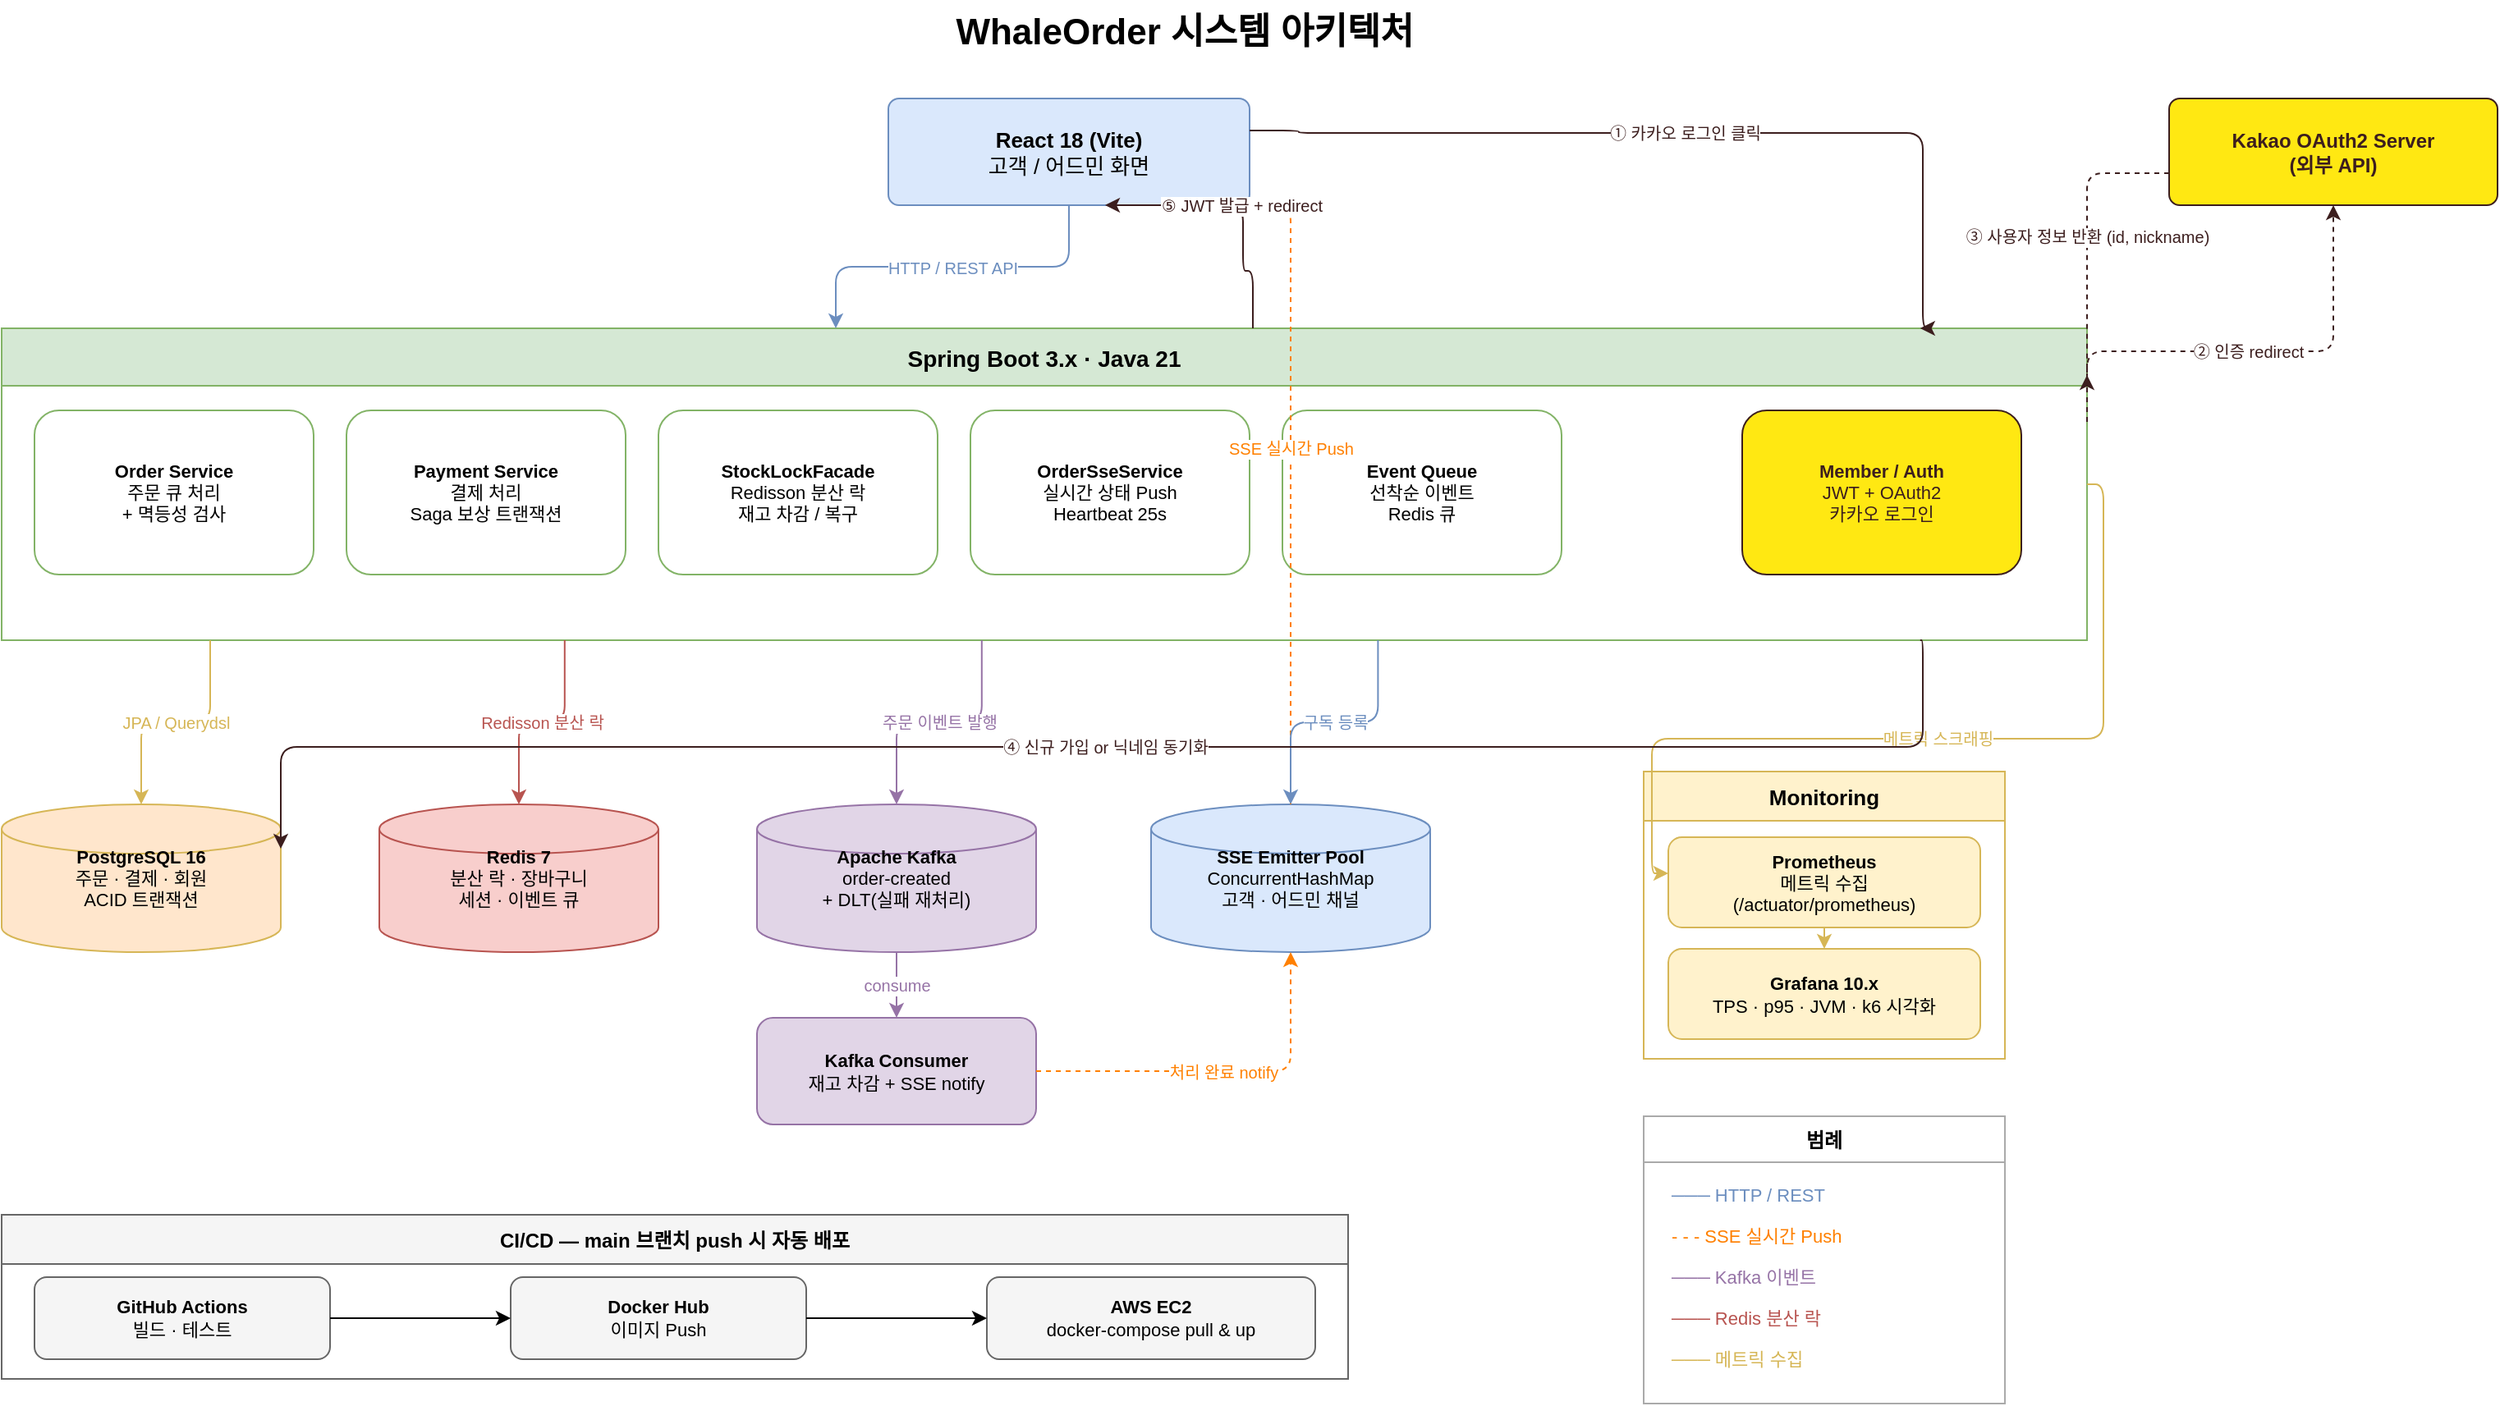
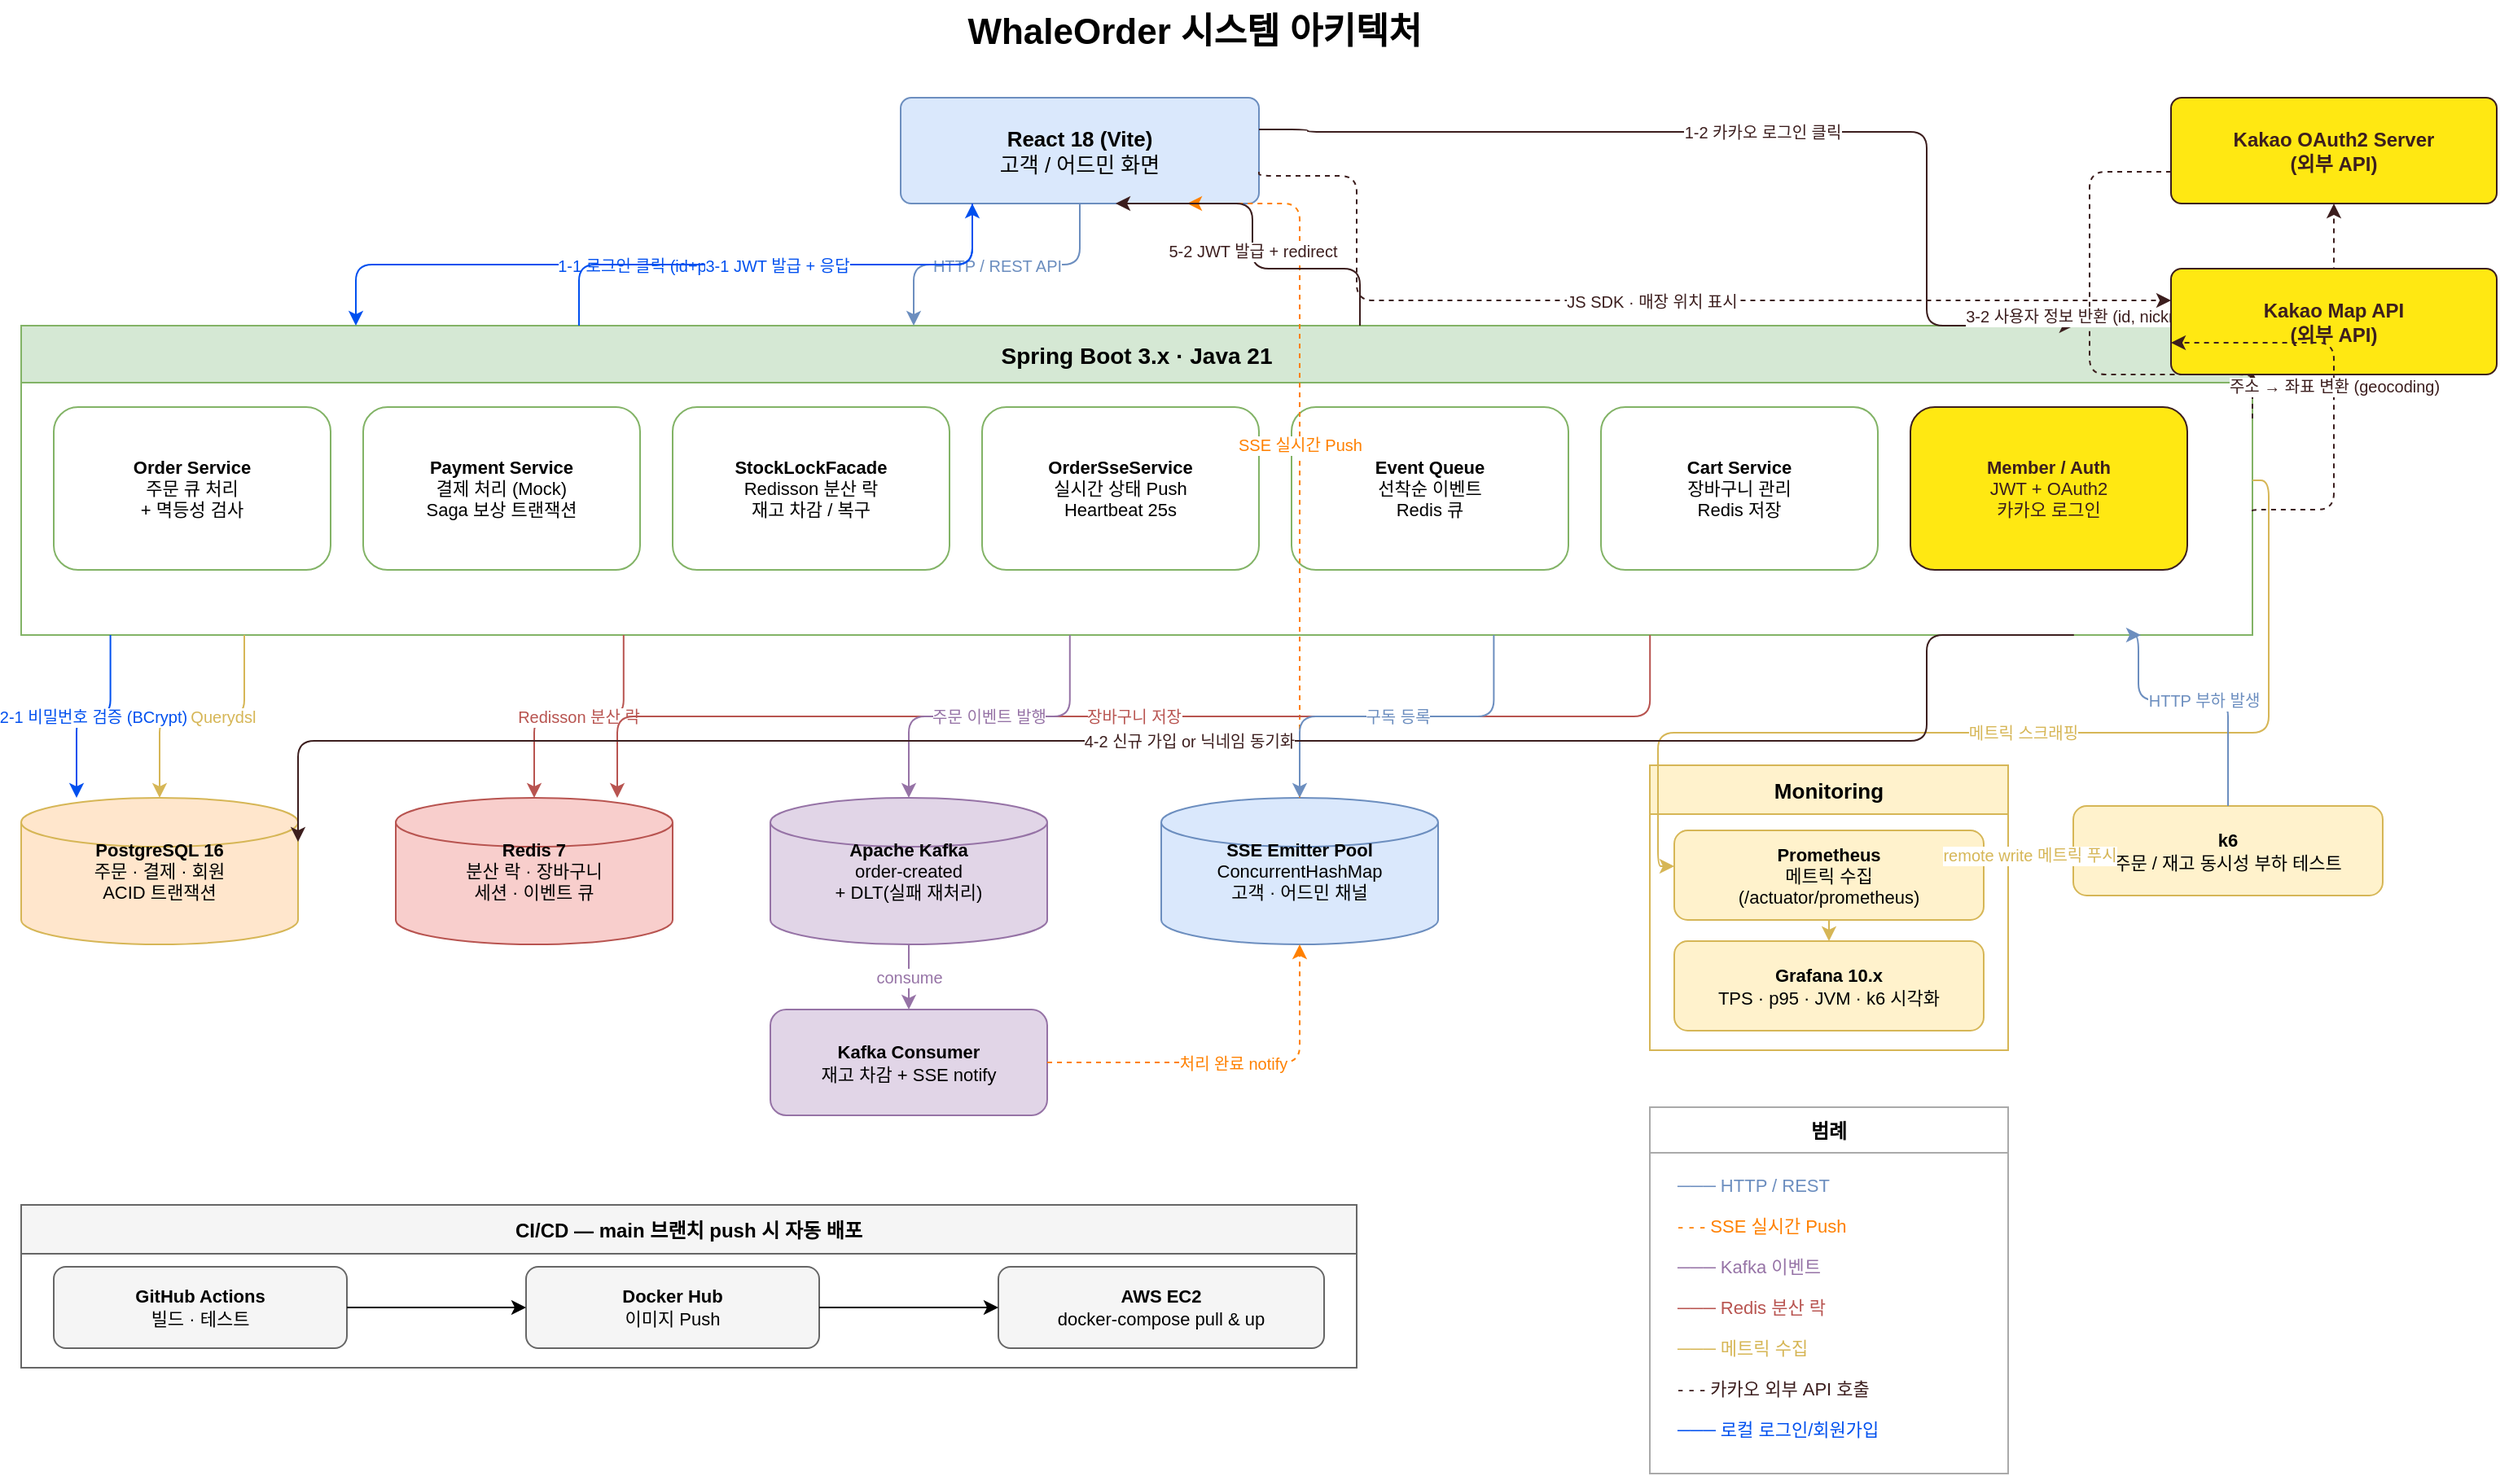
<mxfile host="app.diagrams.net" modified="2026-06-15" version="21.0.0">
  <diagram name="WhaleOrder Architecture" id="whale-order-arch">
    <mxGraphModel dx="1500" dy="950" grid="1" gridSize="10" guides="1" tooltips="1" connect="1" arrows="1" fold="1" page="1" pageScale="1" pageWidth="1900" pageHeight="1300" math="0" shadow="0">
      <root>
        <mxCell id="0" />
        <mxCell id="1" parent="0" />

        <!-- ═══════════════════════════════════════════════
             제목
        ═══════════════════════════════════════════════ -->
        <mxCell id="title" value="WhaleOrder 시스템 아키텍처"
          style="text;html=1;strokeColor=none;fillColor=none;align=center;fontSize=22;fontStyle=1;"
          vertex="1" parent="1">
          <mxGeometry x="550" y="20" width="500" height="40" as="geometry" />
        </mxCell>

        <!-- ═══════════════════════════════════════════════
             카카오 OAuth2 서버 (외부)
        ═══════════════════════════════════════════════ -->
        <mxCell id="kakao_server"
          value="&lt;b&gt;Kakao OAuth2 Server&lt;/b&gt;&lt;br&gt;(외부 API)"
          style="rounded=1;whiteSpace=wrap;html=1;fillColor=#FFE812;strokeColor=#3C1E1E;fontSize=12;fontColor=#3C1E1E;fontStyle=1;arcSize=10;"
          vertex="1" parent="1">
          <mxGeometry x="1400" y="80" width="200" height="65" as="geometry" />
        </mxCell>

        <!-- ═══════════════════════════════════════════════
             클라이언트
        ═══════════════════════════════════════════════ -->
        <mxCell id="client"
          value="&lt;b&gt;React 18 (Vite)&lt;/b&gt;&lt;br&gt;고객 / 어드민 화면"
          style="rounded=1;whiteSpace=wrap;html=1;fillColor=#dae8fc;strokeColor=#6c8ebf;fontSize=13;arcSize=10;"
          vertex="1" parent="1">
          <mxGeometry x="620" y="80" width="220" height="65" as="geometry" />
        </mxCell>

        <!-- ═══════════════════════════════════════════════
             Spring Boot 컨테이너
        ═══════════════════════════════════════════════ -->
        <mxCell id="sb_container"
          value="Spring Boot 3.x  ·  Java 21"
          style="swimlane;startSize=35;fillColor=#d5e8d4;strokeColor=#82b366;fontSize=14;fontStyle=1;"
          vertex="1" parent="1">
-           <mxGeometry x="80" y="220" width="1270" height="190" as="geometry" />
+           <mxGeometry x="80" y="220" width="1370" height="190" as="geometry" />
        </mxCell>

        <!-- Order Service -->
        <mxCell id="order_svc"
          value="&lt;b&gt;Order Service&lt;/b&gt;&lt;br&gt;주문 큐 처리&lt;br&gt;+ 멱등성 검사"
          style="rounded=1;whiteSpace=wrap;html=1;fillColor=#ffffff;strokeColor=#82b366;fontSize=11;"
          vertex="1" parent="sb_container">
          <mxGeometry x="20" y="50" width="170" height="100" as="geometry" />
        </mxCell>

        <!-- Payment Service -->
        <mxCell id="payment_svc"
-           value="&lt;b&gt;Payment Service&lt;/b&gt;&lt;br&gt;결제 처리&lt;br&gt;Saga 보상 트랜잭션"
+           value="&lt;b&gt;Payment Service&lt;/b&gt;&lt;br&gt;결제 처리 (Mock)&lt;br&gt;Saga 보상 트랜잭션"
          style="rounded=1;whiteSpace=wrap;html=1;fillColor=#ffffff;strokeColor=#82b366;fontSize=11;"
          vertex="1" parent="sb_container">
          <mxGeometry x="210" y="50" width="170" height="100" as="geometry" />
        </mxCell>

        <!-- Stock Lock -->
        <mxCell id="stock_svc"
          value="&lt;b&gt;StockLockFacade&lt;/b&gt;&lt;br&gt;Redisson 분산 락&lt;br&gt;재고 차감 / 복구"
          style="rounded=1;whiteSpace=wrap;html=1;fillColor=#ffffff;strokeColor=#82b366;fontSize=11;"
          vertex="1" parent="sb_container">
          <mxGeometry x="400" y="50" width="170" height="100" as="geometry" />
        </mxCell>

        <!-- SSE Service -->
        <mxCell id="sse_svc"
          value="&lt;b&gt;OrderSseService&lt;/b&gt;&lt;br&gt;실시간 상태 Push&lt;br&gt;Heartbeat 25s"
          style="rounded=1;whiteSpace=wrap;html=1;fillColor=#ffffff;strokeColor=#82b366;fontSize=11;"
          vertex="1" parent="sb_container">
          <mxGeometry x="590" y="50" width="170" height="100" as="geometry" />
        </mxCell>

        <!-- Event Queue -->
        <mxCell id="event_svc"
          value="&lt;b&gt;Event Queue&lt;/b&gt;&lt;br&gt;선착순 이벤트&lt;br&gt;Redis 큐"
          style="rounded=1;whiteSpace=wrap;html=1;fillColor=#ffffff;strokeColor=#82b366;fontSize=11;"
          vertex="1" parent="sb_container">
          <mxGeometry x="780" y="50" width="170" height="100" as="geometry" />
+         </mxCell>
+ 
+         <!-- Cart Service -->
+         <mxCell id="cart_svc"
+           value="&lt;b&gt;Cart Service&lt;/b&gt;&lt;br&gt;장바구니 관리&lt;br&gt;Redis 저장"
+           style="rounded=1;whiteSpace=wrap;html=1;fillColor=#ffffff;strokeColor=#82b366;fontSize=11;"
+           vertex="1" parent="sb_container">
+           <mxGeometry x="970" y="50" width="170" height="100" as="geometry" />
        </mxCell>

        <!-- Member / Auth -->
        <mxCell id="member_svc"
          value="&lt;b&gt;Member / Auth&lt;/b&gt;&lt;br&gt;JWT + OAuth2&lt;br&gt;카카오 로그인"
          style="rounded=1;whiteSpace=wrap;html=1;fillColor=#FFE812;strokeColor=#3C1E1E;fontSize=11;fontColor=#3C1E1E;"
          vertex="1" parent="sb_container">
-           <mxGeometry x="1060" y="50" width="170" height="100" as="geometry" />
+           <mxGeometry x="1160" y="50" width="170" height="100" as="geometry" />
        </mxCell>

        <!-- ═══════════════════════════════════════════════
             인프라 레이어
        ═══════════════════════════════════════════════ -->

        <!-- PostgreSQL -->
        <mxCell id="postgres"
          value="&lt;b&gt;PostgreSQL 16&lt;/b&gt;&lt;br&gt;주문 · 결제 · 회원&lt;br&gt;ACID 트랜잭션"
          style="shape=cylinder3;whiteSpace=wrap;html=1;fillColor=#ffe6cc;strokeColor=#d6b656;fontSize=11;"
          vertex="1" parent="1">
          <mxGeometry x="80" y="510" width="170" height="90" as="geometry" />
        </mxCell>

        <!-- Redis -->
        <mxCell id="redis"
          value="&lt;b&gt;Redis 7&lt;/b&gt;&lt;br&gt;분산 락 · 장바구니&lt;br&gt;세션 · 이벤트 큐"
          style="shape=cylinder3;whiteSpace=wrap;html=1;fillColor=#f8cecc;strokeColor=#b85450;fontSize=11;"
          vertex="1" parent="1">
          <mxGeometry x="310" y="510" width="170" height="90" as="geometry" />
        </mxCell>

        <!-- Kafka -->
        <mxCell id="kafka"
          value="&lt;b&gt;Apache Kafka&lt;/b&gt;&lt;br&gt;order-created&lt;br&gt;+ DLT(실패 재처리)"
          style="shape=cylinder3;whiteSpace=wrap;html=1;fillColor=#e1d5e7;strokeColor=#9673a6;fontSize=11;"
          vertex="1" parent="1">
          <mxGeometry x="540" y="510" width="170" height="90" as="geometry" />
        </mxCell>

        <!-- Kafka Consumer -->
        <mxCell id="kafka_consumer"
          value="&lt;b&gt;Kafka Consumer&lt;/b&gt;&lt;br&gt;재고 차감 + SSE notify"
          style="rounded=1;whiteSpace=wrap;html=1;fillColor=#e1d5e7;strokeColor=#9673a6;fontSize=11;"
          vertex="1" parent="1">
          <mxGeometry x="540" y="640" width="170" height="65" as="geometry" />
        </mxCell>

        <!-- SSE Emitter Pool -->
        <mxCell id="sse_pool"
          value="&lt;b&gt;SSE Emitter Pool&lt;/b&gt;&lt;br&gt;ConcurrentHashMap&lt;br&gt;고객 · 어드민 채널"
          style="shape=cylinder3;whiteSpace=wrap;html=1;fillColor=#dae8fc;strokeColor=#6c8ebf;fontSize=11;"
          vertex="1" parent="1">
          <mxGeometry x="780" y="510" width="170" height="90" as="geometry" />
        </mxCell>

        <!-- ═══════════════════════════════════════════════
             모니터링
        ═══════════════════════════════════════════════ -->
        <mxCell id="monitoring_container"
          value="Monitoring"
          style="swimlane;startSize=30;fillColor=#fff2cc;strokeColor=#d6b656;fontSize=13;fontStyle=1;"
          vertex="1" parent="1">
          <mxGeometry x="1080" y="490" width="220" height="175" as="geometry" />
        </mxCell>

        <mxCell id="prometheus"
          value="&lt;b&gt;Prometheus&lt;/b&gt;&lt;br&gt;메트릭 수집&lt;br&gt;(/actuator/prometheus)"
          style="rounded=1;whiteSpace=wrap;html=1;fillColor=#fff2cc;strokeColor=#d6b656;fontSize=11;"
          vertex="1" parent="monitoring_container">
          <mxGeometry x="15" y="40" width="190" height="55" as="geometry" />
        </mxCell>

        <mxCell id="grafana"
          value="&lt;b&gt;Grafana 10.x&lt;/b&gt;&lt;br&gt;TPS · p95 · JVM · k6 시각화"
          style="rounded=1;whiteSpace=wrap;html=1;fillColor=#fff2cc;strokeColor=#d6b656;fontSize=11;"
          vertex="1" parent="monitoring_container">
          <mxGeometry x="15" y="108" width="190" height="55" as="geometry" />
        </mxCell>

+         <!-- k6 부하 테스트 -->
+         <mxCell id="k6"
+           value="&lt;b&gt;k6&lt;/b&gt;&lt;br&gt;주문 / 재고 동시성 부하 테스트"
+           style="rounded=1;whiteSpace=wrap;html=1;fillColor=#fff2cc;strokeColor=#d6b656;fontSize=11;"
+           vertex="1" parent="1">
+           <mxGeometry x="1340" y="515" width="190" height="55" as="geometry" />
+         </mxCell>
+ 
        <!-- ═══════════════════════════════════════════════
             CI/CD
        ═══════════════════════════════════════════════ -->
        <mxCell id="cicd_container"
          value="CI/CD  —  main 브랜치 push 시 자동 배포"
          style="swimlane;startSize=30;fillColor=#f5f5f5;strokeColor=#666666;fontSize=12;fontStyle=1;"
          vertex="1" parent="1">
          <mxGeometry x="80" y="760" width="820" height="100" as="geometry" />
        </mxCell>

        <mxCell id="github_actions"
          value="&lt;b&gt;GitHub Actions&lt;/b&gt;&lt;br&gt;빌드 · 테스트"
          style="rounded=1;whiteSpace=wrap;html=1;fillColor=#f5f5f5;strokeColor=#666666;fontSize=11;"
          vertex="1" parent="cicd_container">
          <mxGeometry x="20" y="38" width="180" height="50" as="geometry" />
        </mxCell>

        <mxCell id="docker_hub"
          value="&lt;b&gt;Docker Hub&lt;/b&gt;&lt;br&gt;이미지 Push"
          style="rounded=1;whiteSpace=wrap;html=1;fillColor=#f5f5f5;strokeColor=#666666;fontSize=11;"
          vertex="1" parent="cicd_container">
          <mxGeometry x="310" y="38" width="180" height="50" as="geometry" />
        </mxCell>

        <mxCell id="ec2"
          value="&lt;b&gt;AWS EC2&lt;/b&gt;&lt;br&gt;docker-compose pull &amp; up"
          style="rounded=1;whiteSpace=wrap;html=1;fillColor=#f5f5f5;strokeColor=#666666;fontSize=11;"
          vertex="1" parent="cicd_container">
          <mxGeometry x="600" y="38" width="200" height="50" as="geometry" />
        </mxCell>

        <mxCell id="e_cicd1" style="edgeStyle=orthogonalEdgeStyle;"
          edge="1" source="github_actions" target="docker_hub" parent="cicd_container">
          <mxGeometry relative="1" as="geometry" />
        </mxCell>
        <mxCell id="e_cicd2" style="edgeStyle=orthogonalEdgeStyle;"
          edge="1" source="docker_hub" target="ec2" parent="cicd_container">
          <mxGeometry relative="1" as="geometry" />
        </mxCell>

        <!-- ═══════════════════════════════════════════════
             범례
        ═══════════════════════════════════════════════ -->
        <mxCell id="legend_container"
          value="범례"
          style="swimlane;startSize=28;fillColor=#ffffff;strokeColor=#aaaaaa;fontSize=12;fontStyle=1;"
          vertex="1" parent="1">
-           <mxGeometry x="1080" y="700" width="220" height="175" as="geometry" />
+           <mxGeometry x="1080" y="700" width="220" height="225" as="geometry" />
        </mxCell>

        <mxCell id="leg1" value="─── HTTP / REST"
          style="text;html=1;fillColor=none;align=left;fontSize=11;fontColor=#6c8ebf;strokeColor=none;"
          vertex="1" parent="legend_container">
          <mxGeometry x="15" y="35" width="190" height="22" as="geometry" />
        </mxCell>
        <mxCell id="leg2" value="- - - SSE 실시간 Push"
          style="text;html=1;fillColor=none;align=left;fontSize=11;fontColor=#FF8000;strokeColor=none;"
          vertex="1" parent="legend_container">
          <mxGeometry x="15" y="60" width="190" height="22" as="geometry" />
        </mxCell>
        <mxCell id="leg3" value="─── Kafka 이벤트"
          style="text;html=1;fillColor=none;align=left;fontSize=11;fontColor=#9673a6;strokeColor=none;"
          vertex="1" parent="legend_container">
          <mxGeometry x="15" y="85" width="190" height="22" as="geometry" />
        </mxCell>
        <mxCell id="leg4" value="─── Redis 분산 락"
          style="text;html=1;fillColor=none;align=left;fontSize=11;fontColor=#b85450;strokeColor=none;"
          vertex="1" parent="legend_container">
          <mxGeometry x="15" y="110" width="190" height="22" as="geometry" />
        </mxCell>
        <mxCell id="leg5" value="─── 메트릭 수집"
          style="text;html=1;fillColor=none;align=left;fontSize=11;fontColor=#d6b656;strokeColor=none;"
          vertex="1" parent="legend_container">
          <mxGeometry x="15" y="135" width="190" height="22" as="geometry" />
+         </mxCell>
+         <mxCell id="leg6" value="- - - 카카오 외부 API 호출"
+           style="text;html=1;fillColor=none;align=left;fontSize=11;fontColor=#3C1E1E;strokeColor=none;"
+           vertex="1" parent="legend_container">
+           <mxGeometry x="15" y="160" width="190" height="22" as="geometry" />
+         </mxCell>
+         <mxCell id="leg7" value="─── 로컬 로그인/회원가입"
+           style="text;html=1;fillColor=none;align=left;fontSize=11;fontColor=#0050ef;strokeColor=none;"
+           vertex="1" parent="legend_container">
+           <mxGeometry x="15" y="185" width="190" height="22" as="geometry" />
        </mxCell>

        <!-- ═══════════════════════════════════════════════
             연결선
        ═══════════════════════════════════════════════ -->

        <!-- 클라이언트 → Spring Boot (HTTP) -->
        <mxCell id="e1" value="HTTP / REST API"
          style="edgeStyle=orthogonalEdgeStyle;html=1;strokeColor=#6c8ebf;fontColor=#6c8ebf;fontSize=10;exitX=0.5;exitY=1;exitDx=0;exitDy=0;entryX=0.4;entryY=0;entryDx=0;entryDy=0;"
          edge="1" source="client" target="sb_container" parent="1">
          <mxGeometry relative="1" as="geometry" />
        </mxCell>

        <!-- SSE Pool → 클라이언트 (실시간 Push) -->
        <mxCell id="e2" value="SSE 실시간 Push"
          style="edgeStyle=orthogonalEdgeStyle;html=1;strokeColor=#FF8000;fontColor=#FF8000;fontSize=10;dashed=1;exitX=0.5;exitY=0;exitDx=0;exitDy=0;entryX=0.8;entryY=1;entryDx=0;entryDy=0;"
          edge="1" source="sse_pool" target="client" parent="1">
          <mxGeometry relative="1" as="geometry">
            <Array as="points">
              <mxPoint x="865" y="440" />
              <mxPoint x="865" y="145" />
            </Array>
          </mxGeometry>
        </mxCell>

        <!-- Spring Boot → PostgreSQL -->
        <mxCell id="e3" value="JPA / Querydsl"
          style="edgeStyle=orthogonalEdgeStyle;html=1;strokeColor=#d6b656;fontColor=#d6b656;fontSize=10;exitX=0.1;exitY=1;exitDx=0;exitDy=0;entryX=0.5;entryY=0;entryDx=0;entryDy=0;"
          edge="1" source="sb_container" target="postgres" parent="1">
          <mxGeometry relative="1" as="geometry" />
        </mxCell>

-         <!-- Spring Boot → Redis -->
+         <!-- Spring Boot → Redis (분산 락) -->
        <mxCell id="e4" value="Redisson 분산 락"
          style="edgeStyle=orthogonalEdgeStyle;html=1;strokeColor=#b85450;fontColor=#b85450;fontSize=10;exitX=0.27;exitY=1;exitDx=0;exitDy=0;entryX=0.5;entryY=0;entryDx=0;entryDy=0;"
+           edge="1" source="sb_container" target="redis" parent="1">
+           <mxGeometry relative="1" as="geometry" />
+         </mxCell>
+ 
+         <!-- Cart Service → Redis (장바구니 저장) -->
+         <mxCell id="e_cart" value="장바구니 저장"
+           style="edgeStyle=orthogonalEdgeStyle;html=1;strokeColor=#b85450;fontColor=#b85450;fontSize=10;exitX=0.73;exitY=1;exitDx=0;exitDy=0;entryX=0.8;entryY=0;entryDx=0;entryDy=0;"
          edge="1" source="sb_container" target="redis" parent="1">
          <mxGeometry relative="1" as="geometry" />
        </mxCell>

        <!-- Spring Boot → Kafka (발행) -->
        <mxCell id="e5" value="주문 이벤트 발행"
          style="edgeStyle=orthogonalEdgeStyle;html=1;strokeColor=#9673a6;fontColor=#9673a6;fontSize=10;exitX=0.47;exitY=1;exitDx=0;exitDy=0;entryX=0.5;entryY=0;entryDx=0;entryDy=0;"
          edge="1" source="sb_container" target="kafka" parent="1">
          <mxGeometry relative="1" as="geometry" />
        </mxCell>

        <!-- Kafka → Consumer -->
        <mxCell id="e6" value="consume"
          style="edgeStyle=orthogonalEdgeStyle;html=1;strokeColor=#9673a6;fontColor=#9673a6;fontSize=10;"
          edge="1" source="kafka" target="kafka_consumer" parent="1">
          <mxGeometry relative="1" as="geometry" />
        </mxCell>

        <!-- Consumer → SSE Pool -->
        <mxCell id="e7" value="처리 완료 notify"
          style="edgeStyle=orthogonalEdgeStyle;html=1;strokeColor=#FF8000;fontColor=#FF8000;fontSize=10;dashed=1;"
          edge="1" source="kafka_consumer" target="sse_pool" parent="1">
          <mxGeometry relative="1" as="geometry">
            <Array as="points">
              <mxPoint x="710" y="672" />
              <mxPoint x="865" y="672" />
            </Array>
          </mxGeometry>
        </mxCell>

        <!-- Spring Boot → SSE Pool -->
        <mxCell id="e8" value="구독 등록"
          style="edgeStyle=orthogonalEdgeStyle;html=1;strokeColor=#6c8ebf;fontColor=#6c8ebf;fontSize=10;exitX=0.66;exitY=1;exitDx=0;exitDy=0;entryX=0.5;entryY=0;entryDx=0;entryDy=0;"
          edge="1" source="sb_container" target="sse_pool" parent="1">
          <mxGeometry relative="1" as="geometry" />
        </mxCell>

        <!-- Spring Boot → Prometheus -->
        <mxCell id="e9" value="메트릭 스크래핑"
          style="edgeStyle=orthogonalEdgeStyle;html=1;strokeColor=#d6b656;fontColor=#d6b656;fontSize=10;exitX=1;exitY=0.5;exitDx=0;exitDy=0;entryX=0;entryY=0.4;entryDx=0;entryDy=0;"
          edge="1" source="sb_container" target="prometheus" parent="1">
          <mxGeometry relative="1" as="geometry" />
        </mxCell>

        <!-- Prometheus → Grafana (내부) -->
        <mxCell id="e10" style="edgeStyle=orthogonalEdgeStyle;html=1;strokeColor=#d6b656;"
          edge="1" source="prometheus" target="grafana" parent="monitoring_container">
          <mxGeometry relative="1" as="geometry" />
        </mxCell>

-         <!-- ═══════════════════════════════════════════════
-              카카오 OAuth2 흐름
-         ═══════════════════════════════════════════════ -->
- 
-         <!-- ① 클라이언트 → Spring Boot (로그인 요청) -->
-         <mxCell id="e_k1" value="① 카카오 로그인 클릭"
+         <!-- k6 → Spring Boot (부하 발생) -->
+         <mxCell id="e_k6_1" value="HTTP 부하 발생"
+           style="edgeStyle=orthogonalEdgeStyle;html=1;strokeColor=#6c8ebf;fontColor=#6c8ebf;fontSize=10;exitX=0.5;exitY=0;exitDx=0;exitDy=0;entryX=0.95;entryY=1;entryDx=0;entryDy=0;"
+           edge="1" source="k6" target="sb_container" parent="1">
+           <mxGeometry relative="1" as="geometry">
+             <Array as="points">
+               <mxPoint x="1435" y="450" />
+               <mxPoint x="1380" y="450" />
+             </Array>
+           </mxGeometry>
+         </mxCell>
+ 
+         <!-- k6 → Prometheus (remote write) -->
+         <mxCell id="e_k6_2" value="remote write 메트릭 푸시"
+           style="edgeStyle=orthogonalEdgeStyle;html=1;strokeColor=#d6b656;fontColor=#d6b656;fontSize=10;dashed=1;exitX=0;exitY=0.5;exitDx=0;exitDy=0;entryX=1;entryY=0.3;entryDx=0;entryDy=0;"
+           edge="1" source="k6" target="prometheus" parent="1">
+           <mxGeometry relative="1" as="geometry" />
+         </mxCell>
+ 
+         <!-- ═══════════════════════════════════════════════
+              로그인 흐름 (로컬 1-x  /  카카오 2-x)
+              같은 자리수는 같은 단계, 로컬은 -1, 카카오는 -2
+         ═══════════════════════════════════════════════ -->
+ 
+         <!-- 1-1 클라이언트 → Spring Boot (로컬 로그인 클릭) -->
+         <mxCell id="e_l1" value="1-1 로그인 클릭 (id+password)"
+           style="edgeStyle=orthogonalEdgeStyle;html=1;strokeColor=#0050ef;fontColor=#0050ef;fontSize=10;exitX=0.2;exitY=1;exitDx=0;exitDy=0;entryX=0.15;entryY=0;entryDx=0;entryDy=0;"
+           edge="1" source="client" target="sb_container" parent="1">
+           <mxGeometry relative="1" as="geometry" />
+         </mxCell>
+ 
+         <!-- 2-1 Spring Boot → PostgreSQL (비밀번호 검증) -->
+         <mxCell id="e_l2" value="2-1 비밀번호 검증 (BCrypt)"
+           style="edgeStyle=orthogonalEdgeStyle;html=1;strokeColor=#0050ef;fontColor=#0050ef;fontSize=10;exitX=0.04;exitY=1;exitDx=0;exitDy=0;entryX=0.2;entryY=0;entryDx=0;entryDy=0;"
+           edge="1" source="sb_container" target="postgres" parent="1">
+           <mxGeometry relative="1" as="geometry" />
+         </mxCell>
+ 
+         <!-- 3-1 Spring Boot → 클라이언트 (JWT 발급) -->
+         <mxCell id="e_l3" value="3-1 JWT 발급 + 응답"
+           style="edgeStyle=orthogonalEdgeStyle;html=1;strokeColor=#0050ef;fontColor=#0050ef;fontSize=10;exitX=0.25;exitY=0;exitDx=0;exitDy=0;entryX=0.2;entryY=1;entryDx=0;entryDy=0;"
+           edge="1" source="sb_container" target="client" parent="1">
+           <mxGeometry relative="1" as="geometry" />
+         </mxCell>
+ 
+         <!-- 1-2 클라이언트 → Spring Boot (카카오 로그인 요청) -->
+         <mxCell id="e_k1" value="1-2 카카오 로그인 클릭"
          style="edgeStyle=orthogonalEdgeStyle;html=1;strokeColor=#3C1E1E;fontColor=#3C1E1E;fontSize=10;exitX=1;exitY=0.3;exitDx=0;exitDy=0;entryX=0.92;entryY=0;entryDx=0;entryDy=0;"
          edge="1" source="client" target="sb_container" parent="1">
          <mxGeometry relative="1" as="geometry">
            <Array as="points">
              <mxPoint x="870" y="101" />
              <mxPoint x="1250" y="101" />
              <mxPoint x="1250" y="220" />
            </Array>
          </mxGeometry>
        </mxCell>

        <!-- ② Spring Boot → 카카오 서버 (redirect) -->
-         <mxCell id="e_k2" value="② 인증 redirect"
+         <mxCell id="e_k2" value="2-2 인증 redirect"
          style="edgeStyle=orthogonalEdgeStyle;html=1;strokeColor=#3C1E1E;fontColor=#3C1E1E;fontSize=10;dashed=1;exitX=1;exitY=0.3;exitDx=0;exitDy=0;entryX=0.5;entryY=1;entryDx=0;entryDy=0;"
          edge="1" source="sb_container" target="kakao_server" parent="1">
          <mxGeometry relative="1" as="geometry">
            <Array as="points">
              <mxPoint x="1500" y="234" />
              <mxPoint x="1500" y="145" />
            </Array>
          </mxGeometry>
        </mxCell>

        <!-- ③ 카카오 서버 → Spring Boot (사용자 정보) -->
-         <mxCell id="e_k3" value="③ 사용자 정보 반환 (id, nickname)"
+         <mxCell id="e_k3" value="3-2 사용자 정보 반환 (id, nickname)"
          style="edgeStyle=orthogonalEdgeStyle;html=1;strokeColor=#3C1E1E;fontColor=#3C1E1E;fontSize=10;dashed=1;exitX=0;exitY=0.7;exitDx=0;exitDy=0;entryX=1;entryY=0.15;entryDx=0;entryDy=0;"
          edge="1" source="kakao_server" target="sb_container" parent="1">
          <mxGeometry relative="1" as="geometry">
            <Array as="points">
              <mxPoint x="1350" y="126" />
              <mxPoint x="1350" y="250" />
            </Array>
          </mxGeometry>
        </mxCell>

        <!-- ④ Member Service → PostgreSQL (신규 회원 저장) -->
-         <mxCell id="e_k4" value="④ 신규 가입 or 닉네임 동기화"
+         <mxCell id="e_k4" value="4-2 신규 가입 or 닉네임 동기화"
          style="edgeStyle=orthogonalEdgeStyle;html=1;strokeColor=#3C1E1E;fontColor=#3C1E1E;fontSize=10;exitX=0.92;exitY=1;exitDx=0;exitDy=0;entryX=1;entryY=0.3;entryDx=0;entryDy=0;"
          edge="1" source="sb_container" target="postgres" parent="1">
          <mxGeometry relative="1" as="geometry">
            <Array as="points">
              <mxPoint x="1250" y="410" />
              <mxPoint x="1250" y="475" />
              <mxPoint x="250" y="475" />
            </Array>
          </mxGeometry>
        </mxCell>

        <!-- ⑤ Spring Boot → 클라이언트 (JWT + redirect) -->
-         <mxCell id="e_k5" value="⑤ JWT 발급 + redirect"
+         <mxCell id="e_k5" value="5-2 JWT 발급 + redirect"
          style="edgeStyle=orthogonalEdgeStyle;html=1;strokeColor=#3C1E1E;fontColor=#3C1E1E;fontSize=10;exitX=0.6;exitY=0;exitDx=0;exitDy=0;entryX=0.6;entryY=1;entryDx=0;entryDy=0;"
          edge="1" source="sb_container" target="client" parent="1">
          <mxGeometry relative="1" as="geometry">
            <Array as="points">
              <mxPoint x="836" y="185" />
              <mxPoint x="836" y="145" />
+             </Array>
+           </mxGeometry>
+         </mxCell>
+ 
+         <!-- ═══════════════════════════════════════════════
+              카카오 지도 API (외부)
+         ═══════════════════════════════════════════════ -->
+         <mxCell id="kakao_map"
+           value="&lt;b&gt;Kakao Map API&lt;/b&gt;&lt;br&gt;(외부 API)"
+           style="rounded=1;whiteSpace=wrap;html=1;fillColor=#FFE812;strokeColor=#3C1E1E;fontSize=12;fontColor=#3C1E1E;fontStyle=1;arcSize=10;"
+           vertex="1" parent="1">
+           <mxGeometry x="1400" y="185" width="200" height="65" as="geometry" />
+         </mxCell>
+ 
+         <!-- 클라이언트 → 카카오 지도 (JS SDK, 매장 위치 렌더링) -->
+         <mxCell id="e_m1" value="JS SDK · 매장 위치 표시"
+           style="edgeStyle=orthogonalEdgeStyle;html=1;strokeColor=#3C1E1E;fontColor=#3C1E1E;fontSize=10;dashed=1;exitX=1;exitY=0.7;exitDx=0;exitDy=0;entryX=0;entryY=0.3;entryDx=0;entryDy=0;"
+           edge="1" source="client" target="kakao_map" parent="1">
+           <mxGeometry relative="1" as="geometry">
+             <Array as="points">
+               <mxPoint x="900" y="128" />
+               <mxPoint x="900" y="204" />
+             </Array>
+           </mxGeometry>
+         </mxCell>
+ 
+         <!-- Spring Boot → 카카오 지도 (주소 → 좌표 변환, 매장 등록 시) -->
+         <mxCell id="e_m2" value="주소 → 좌표 변환 (geocoding)"
+           style="edgeStyle=orthogonalEdgeStyle;html=1;strokeColor=#3C1E1E;fontColor=#3C1E1E;fontSize=10;dashed=1;exitX=1;exitY=0.6;exitDx=0;exitDy=0;entryX=0;entryY=0.7;entryDx=0;entryDy=0;"
+           edge="1" source="sb_container" target="kakao_map" parent="1">
+           <mxGeometry relative="1" as="geometry">
+             <Array as="points">
+               <mxPoint x="1500" y="333" />
+               <mxPoint x="1500" y="230" />
            </Array>
          </mxGeometry>
        </mxCell>

      </root>
    </mxGraphModel>
  </diagram>
</mxfile>
